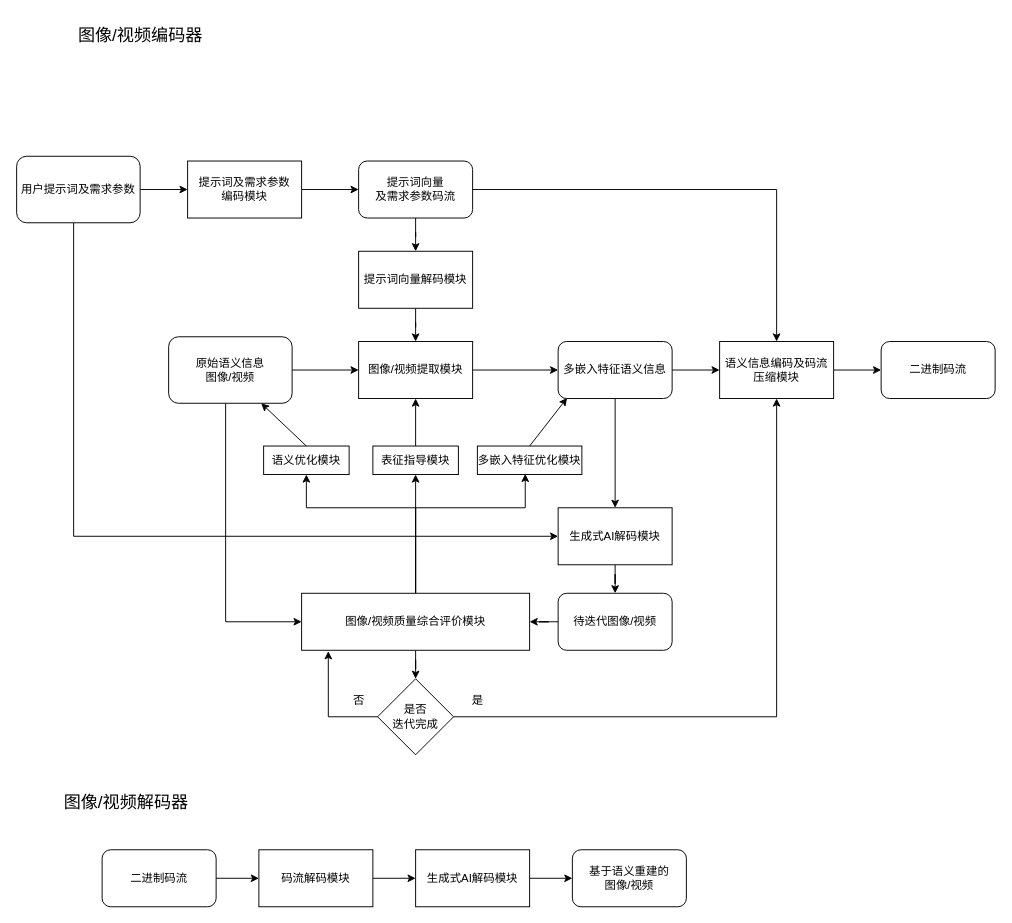
This is 基于生成式AI的多路径多嵌入图像视频编码系统.drawio from hrf666666/FlowCharts, a draw.io file, before an edit. Source tidied: cells renumbered, new cells numbered last; positions are measured from the earlier drawing's top-left corner, leaving out a move shared by most shapes. Both pictures are drawn from the tidied source at 95%, with x=0, y=0 at pixel (16, 16).
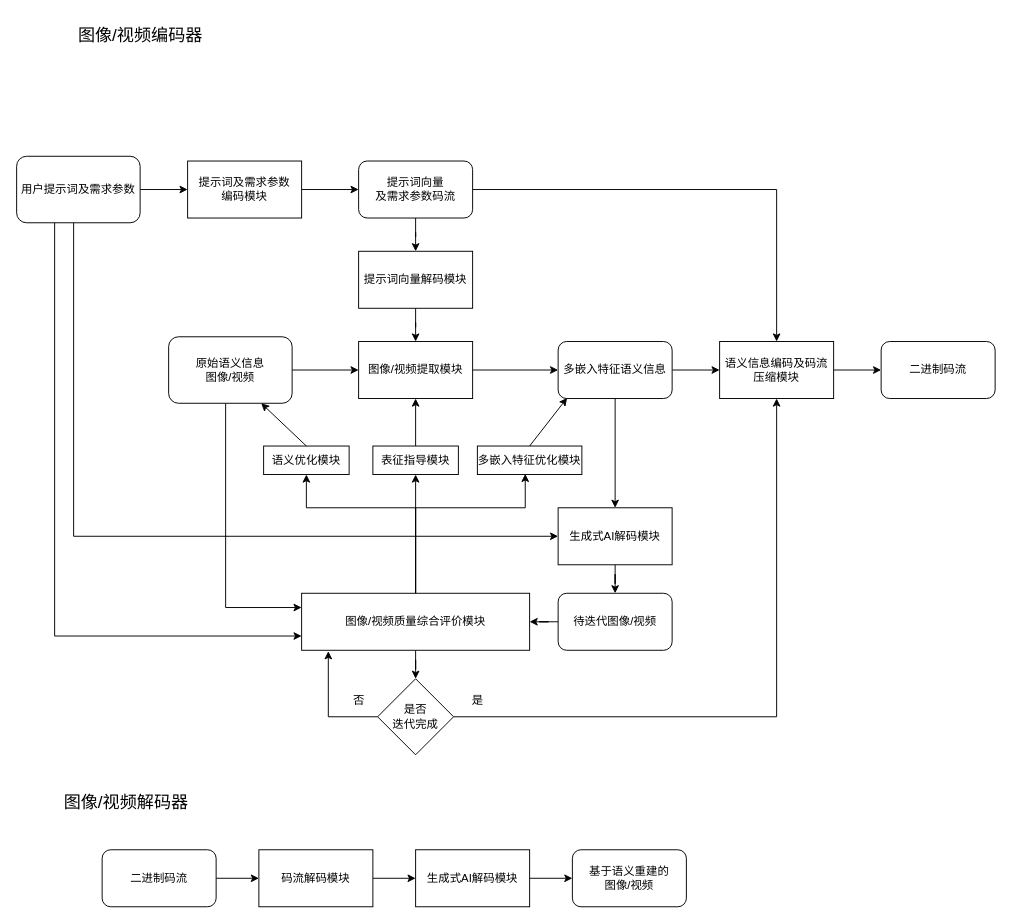
Above is the later version.

Commit message:
更新基于生成式AI的多路径多嵌入图像视频编码系统.drawio

The change refers to these unchanged cells:
```xml
<mxCell id="4" value="原始语义信息&lt;br&gt;图像/视频" style="rounded=1;whiteSpace=wrap;html=1;" parent="1" vertex="1">
  <mxGeometry x="160" y="337" width="130" height="70" as="geometry" />
</mxCell>
<mxCell id="12" value="用户提示词及&lt;span style=&quot;background-color: initial;&quot;&gt;需求参数&lt;/span&gt;" style="rounded=1;whiteSpace=wrap;html=1;" parent="1" vertex="1">
  <mxGeometry y="147" width="130" height="70" as="geometry" />
</mxCell>
<mxCell id="30" value="图像/视频质量综合评价模块" style="rounded=0;whiteSpace=wrap;html=1;" parent="1" vertex="1">
  <mxGeometry x="300" y="607" width="240" height="60" as="geometry" />
</mxCell>
```

What changed in the source:
```diff
@@
-    <mxCell id="3" style="edgeStyle=orthogonalEdgeStyle;rounded=0;jettySize=auto;html=1;entryX=0;entryY=0.5;entryDx=0;entryDy=0;" parent="1" edge="1" source="4" target="30">
+    <mxCell id="3" style="edgeStyle=orthogonalEdgeStyle;rounded=0;jettySize=auto;html=1;entryX=0;entryY=0.25;entryDx=0;entryDy=0;" parent="1" edge="1" source="4" target="30">
       <mxGeometry relative="1" as="geometry">
         <Array as="points">
-          <mxPoint x="220" y="637" />
+          <mxPoint x="220" y="622" />
         </Array>
       </mxGeometry>
     </mxCell>
@@
+    <mxCell id="52" style="edgeStyle=orthogonalEdgeStyle;rounded=0;jettySize=auto;html=1;entryX=0;entryY=0.75;entryDx=0;entryDy=0;" parent="1" edge="1" source="12" target="30">
+      <mxGeometry relative="1" as="geometry">
+        <Array as="points">
+          <mxPoint x="40" y="652" />
+        </Array>
+      </mxGeometry>
+    </mxCell>
```
